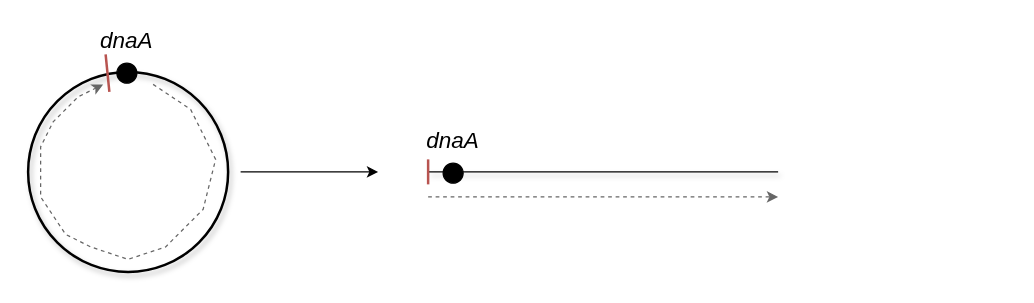
The draw.io diagram circ_dna.drawio in NikolaiL-dev/pictures.drawio, before the edit. Source tidied: cells renumbered, new cells numbered last; positions are measured from the earlier drawing's top-left corner, leaving out a move shared by most shapes. Both pictures are drawn from the tidied source at 125%, with x=0, y=0 at pixel (28, 21).
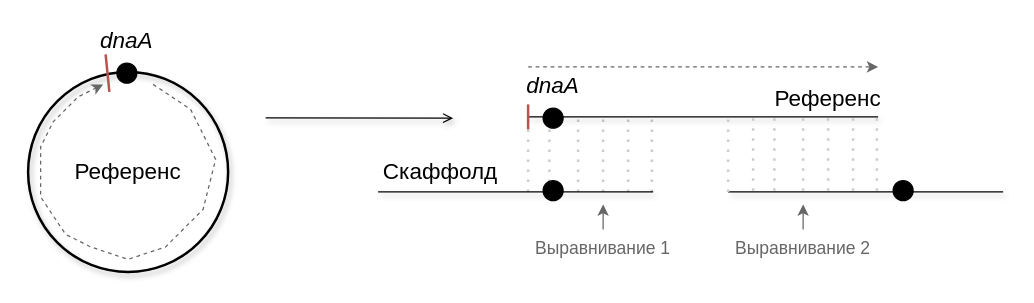
After the change.

What changed in the source:
```diff
@@
+    <mxCell id="13" style="group;" parent="1" vertex="1">
+      <mxGeometry x="400" y="77" width="99" height="59" as="geometry" />
+    </mxCell>
+    <mxCell id="14" style="endArrow=none;dashed=1;html=1;dashPattern=1 3;strokeWidth=2;rounded=0;strokeColor=#CCCCCC;" parent="13" edge="1">
+      <mxGeometry relative="1" as="geometry">
+        <mxPoint y="59" as="sourcePoint" />
+        <mxPoint as="targetPoint" />
+      </mxGeometry>
+    </mxCell>
+    <mxCell id="15" style="endArrow=none;dashed=1;html=1;dashPattern=1 3;strokeWidth=2;rounded=0;strokeColor=#CCCCCC;" parent="13" edge="1">
+      <mxGeometry relative="1" as="geometry">
+        <mxPoint x="17" y="59" as="sourcePoint" />
+        <mxPoint x="17" as="targetPoint" />
+      </mxGeometry>
+    </mxCell>
+    <mxCell id="16" style="endArrow=none;dashed=1;html=1;dashPattern=1 3;strokeWidth=2;rounded=0;strokeColor=#CCCCCC;" parent="13" edge="1">
+      <mxGeometry relative="1" as="geometry">
+        <mxPoint x="40" y="59" as="sourcePoint" />
+        <mxPoint x="40" as="targetPoint" />
+      </mxGeometry>
+    </mxCell>
+    <mxCell id="17" style="endArrow=none;dashed=1;html=1;dashPattern=1 3;strokeWidth=2;rounded=0;strokeColor=#CCCCCC;" parent="13" edge="1">
+      <mxGeometry relative="1" as="geometry">
+        <mxPoint x="60" y="59" as="sourcePoint" />
+        <mxPoint x="60" as="targetPoint" />
+      </mxGeometry>
+    </mxCell>
+    <mxCell id="18" style="endArrow=none;dashed=1;html=1;dashPattern=1 3;strokeWidth=2;rounded=0;strokeColor=#CCCCCC;" parent="13" edge="1">
+      <mxGeometry relative="1" as="geometry">
+        <mxPoint x="80" y="59" as="sourcePoint" />
+        <mxPoint x="80" as="targetPoint" />
+      </mxGeometry>
+    </mxCell>
+    <mxCell id="19" style="endArrow=none;dashed=1;html=1;dashPattern=1 3;strokeWidth=2;rounded=0;strokeColor=#CCCCCC;" parent="13" edge="1">
+      <mxGeometry relative="1" as="geometry">
+        <mxPoint x="99" y="59" as="sourcePoint" />
+        <mxPoint x="99" as="targetPoint" />
+      </mxGeometry>
+    </mxCell>
@@
-    <mxCell id="6" style="endArrow=classic;html=1;rounded=0;" parent="1" edge="1">
+    <mxCell id="6" style="endArrow=open;html=1;rounded=0;endFill=0;strokeWidth=1;shadow=1;" parent="1" edge="1">
       <mxGeometry relative="1" as="geometry">
-        <mxPoint x="170" y="120" as="sourcePoint" />
-        <mxPoint x="280" y="120" as="targetPoint" />
+        <mxPoint x="190" y="76.7" as="sourcePoint" />
+        <mxPoint x="340" y="77" as="targetPoint" />
       </mxGeometry>
     </mxCell>
     <mxCell id="7" style="endArrow=none;html=1;rounded=0;shadow=1;" parent="1" edge="1">
       <mxGeometry relative="1" as="geometry">
-        <mxPoint x="320" y="120" as="sourcePoint" />
-        <mxPoint x="600" y="120" as="targetPoint" />
+        <mxPoint x="400" y="76" as="sourcePoint" />
+        <mxPoint x="680" y="76" as="targetPoint" />
       </mxGeometry>
     </mxCell>
     <mxCell id="8" style="ellipse;whiteSpace=wrap;html=1;fillColor=#000000;" parent="1" vertex="1">
-      <mxGeometry x="332" y="113" width="16" height="16" as="geometry" />
+      <mxGeometry x="412" y="69" width="16" height="16" as="geometry" />
     </mxCell>
     <mxCell id="9" value="&lt;i&gt;&lt;font style=&quot;font-size: 18px;&quot;&gt;dnaA&lt;/font&gt;&lt;/i&gt;" style="text;html=1;align=center;verticalAlign=middle;whiteSpace=wrap;rounded=0;" parent="1" vertex="1">
-      <mxGeometry x="310" y="80" width="60" height="30" as="geometry" />
+      <mxGeometry x="390" y="36" width="60" height="30" as="geometry" />
     </mxCell>
@@
     <mxCell id="11" style="endArrow=none;html=1;rounded=0;fillColor=#f8cecc;strokeColor=#b85450;strokeWidth=2;jumpSize=0;" parent="1" edge="1">
       <mxGeometry relative="1" as="geometry">
-        <mxPoint x="320" y="130" as="sourcePoint" />
-        <mxPoint x="320" y="110" as="targetPoint" />
+        <mxPoint x="400" y="86" as="sourcePoint" />
+        <mxPoint x="400" y="66" as="targetPoint" />
       </mxGeometry>
     </mxCell>
     <mxCell id="12" style="endArrow=classic;html=1;rounded=0;fillColor=#f5f5f5;strokeColor=#666666;dashed=1;" parent="1" edge="1">
       <mxGeometry relative="1" as="geometry">
-        <mxPoint x="320" y="140" as="sourcePoint" />
-        <mxPoint x="600" y="140" as="targetPoint" />
+        <mxPoint x="400" y="36" as="sourcePoint" />
+        <mxPoint x="680" y="36" as="targetPoint" />
       </mxGeometry>
     </mxCell>
+    <mxCell id="20" style="endArrow=none;html=1;rounded=0;shadow=1;" parent="1" edge="1">
+      <mxGeometry relative="1" as="geometry">
+        <mxPoint x="280" y="136" as="sourcePoint" />
+        <mxPoint x="500" y="136" as="targetPoint" />
+      </mxGeometry>
+    </mxCell>
+    <mxCell id="21" style="ellipse;whiteSpace=wrap;html=1;fillColor=#000000;" parent="1" vertex="1">
+      <mxGeometry x="412" y="127" width="16" height="16" as="geometry" />
+    </mxCell>
+    <mxCell id="22" value="&lt;font style=&quot;font-size: 18px;&quot;&gt;Референс&lt;/font&gt;" style="text;html=1;align=center;verticalAlign=middle;whiteSpace=wrap;rounded=0;" parent="1" vertex="1">
+      <mxGeometry x="610" y="47" width="60" height="30" as="geometry" />
+    </mxCell>
+    <mxCell id="23" value="&lt;font style=&quot;font-size: 18px;&quot;&gt;Скаффолд&lt;br&gt;&lt;/font&gt;" style="text;html=1;align=center;verticalAlign=middle;whiteSpace=wrap;rounded=0;" parent="1" vertex="1">
+      <mxGeometry x="270" y="105" width="120" height="30" as="geometry" />
+    </mxCell>
+    <mxCell id="24" style="endArrow=none;html=1;rounded=0;shadow=1;" parent="1" edge="1">
+      <mxGeometry relative="1" as="geometry">
+        <mxPoint x="560" y="136" as="sourcePoint" />
+        <mxPoint x="780" y="136" as="targetPoint" />
+      </mxGeometry>
+    </mxCell>
+    <mxCell id="25" style="ellipse;whiteSpace=wrap;html=1;fillColor=#000000;" parent="1" vertex="1">
+      <mxGeometry x="692" y="127" width="16" height="16" as="geometry" />
+    </mxCell>
+    <mxCell id="26" style="edgeStyle=orthogonalEdgeStyle;rounded=0;jettySize=auto;html=1;exitX=0.5;exitY=0;exitDx=0;exitDy=0;fillColor=#f5f5f5;strokeColor=#666666;" parent="1" edge="1" source="27">
+      <mxGeometry relative="1" as="geometry">
+        <mxPoint x="460" y="146" as="targetPoint" />
+      </mxGeometry>
+    </mxCell>
+    <mxCell id="27" value="&lt;font color=&quot;#666666&quot; style=&quot;font-size: 14px;&quot;&gt;Выравнивание 1&lt;/font&gt;" style="text;html=1;align=center;verticalAlign=middle;whiteSpace=wrap;rounded=0;" parent="1" vertex="1">
+      <mxGeometry x="400" y="166" width="120" height="30" as="geometry" />
+    </mxCell>
+    <mxCell id="28" style="edgeStyle=orthogonalEdgeStyle;rounded=0;jettySize=auto;html=1;exitX=0.5;exitY=0;exitDx=0;exitDy=0;fillColor=#f5f5f5;strokeColor=#666666;" parent="1" edge="1" source="29">
+      <mxGeometry relative="1" as="geometry">
+        <mxPoint x="620" y="146" as="targetPoint" />
+      </mxGeometry>
+    </mxCell>
+    <mxCell id="29" value="&lt;font color=&quot;#666666&quot; style=&quot;font-size: 14px;&quot;&gt;Выравнивание 2&lt;/font&gt;" style="text;html=1;align=center;verticalAlign=middle;whiteSpace=wrap;rounded=0;" parent="1" vertex="1">
+      <mxGeometry x="560" y="166" width="120" height="30" as="geometry" />
+    </mxCell>
+    <mxCell id="30" style="group;" parent="1" vertex="1">
+      <mxGeometry x="560" y="76" width="119" height="60" as="geometry" />
+    </mxCell>
+    <mxCell id="31" style="endArrow=none;dashed=1;html=1;dashPattern=1 3;strokeWidth=2;rounded=0;strokeColor=#CCCCCC;" parent="30" edge="1">
+      <mxGeometry relative="1" as="geometry">
+        <mxPoint x="20" y="59" as="sourcePoint" />
+        <mxPoint x="20" as="targetPoint" />
+      </mxGeometry>
+    </mxCell>
+    <mxCell id="32" style="endArrow=none;dashed=1;html=1;dashPattern=1 3;strokeWidth=2;rounded=0;strokeColor=#CCCCCC;" parent="30" edge="1">
+      <mxGeometry relative="1" as="geometry">
+        <mxPoint x="37" y="59" as="sourcePoint" />
+        <mxPoint x="37" as="targetPoint" />
+      </mxGeometry>
+    </mxCell>
+    <mxCell id="33" style="endArrow=none;dashed=1;html=1;dashPattern=1 3;strokeWidth=2;rounded=0;strokeColor=#CCCCCC;" parent="30" edge="1">
+      <mxGeometry relative="1" as="geometry">
+        <mxPoint x="60" y="59" as="sourcePoint" />
+        <mxPoint x="60" as="targetPoint" />
+      </mxGeometry>
+    </mxCell>
+    <mxCell id="34" style="endArrow=none;dashed=1;html=1;dashPattern=1 3;strokeWidth=2;rounded=0;strokeColor=#CCCCCC;" parent="30" edge="1">
+      <mxGeometry relative="1" as="geometry">
+        <mxPoint x="80" y="59" as="sourcePoint" />
+        <mxPoint x="80" as="targetPoint" />
+      </mxGeometry>
+    </mxCell>
+    <mxCell id="35" style="endArrow=none;dashed=1;html=1;dashPattern=1 3;strokeWidth=2;rounded=0;strokeColor=#CCCCCC;" parent="30" edge="1">
+      <mxGeometry relative="1" as="geometry">
+        <mxPoint x="100" y="59" as="sourcePoint" />
+        <mxPoint x="100" as="targetPoint" />
+      </mxGeometry>
+    </mxCell>
+    <mxCell id="36" style="endArrow=none;dashed=1;html=1;dashPattern=1 3;strokeWidth=2;rounded=0;strokeColor=#CCCCCC;" parent="30" edge="1">
+      <mxGeometry relative="1" as="geometry">
+        <mxPoint x="119" y="59" as="sourcePoint" />
+        <mxPoint x="119" as="targetPoint" />
+      </mxGeometry>
+    </mxCell>
+    <mxCell id="37" style="endArrow=none;dashed=1;html=1;dashPattern=1 3;strokeWidth=2;rounded=0;strokeColor=#CCCCCC;" parent="30" edge="1">
+      <mxGeometry relative="1" as="geometry">
+        <mxPoint y="60" as="sourcePoint" />
+        <mxPoint y="1" as="targetPoint" />
+      </mxGeometry>
+    </mxCell>
+    <mxCell id="38" value="&lt;font style=&quot;font-size: 18px;&quot;&gt;Референс&lt;/font&gt;" style="text;html=1;align=center;verticalAlign=middle;whiteSpace=wrap;rounded=0;" parent="1" vertex="1">
+      <mxGeometry x="50" y="105" width="60" height="30" as="geometry" />
+    </mxCell>
```
